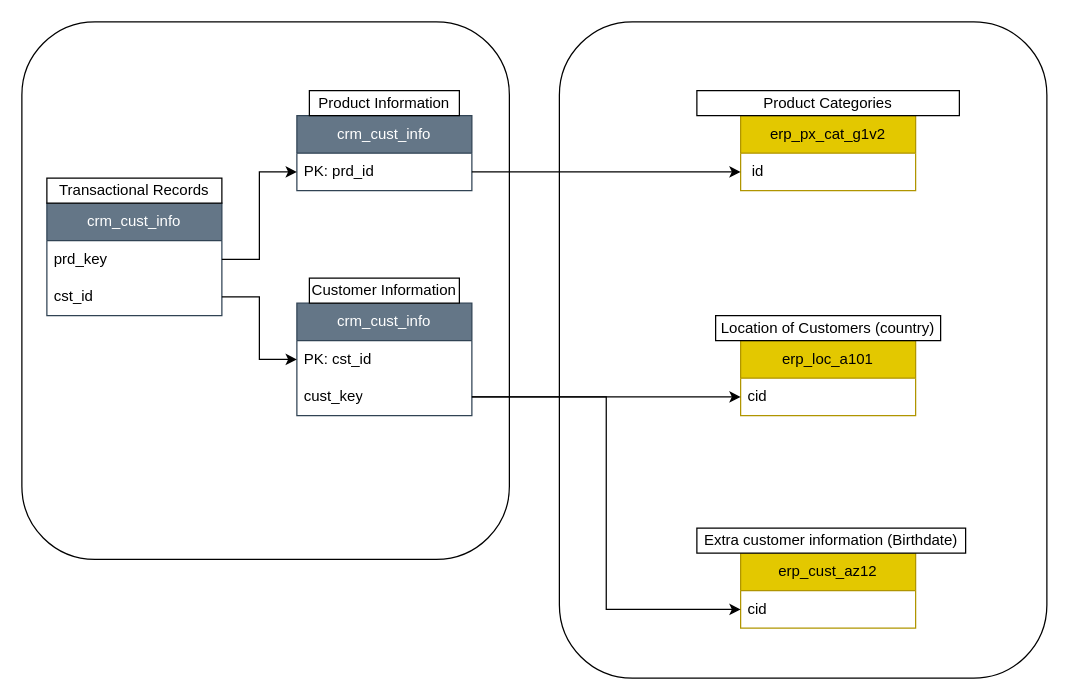
Above: integration_model.drawio in Dynamic747/draw_io (draw.io), before the change. Source tidied: cells renumbered, new cells numbered last; positions are measured from the earlier drawing's top-left corner, leaving out a move shared by most shapes. Both pictures are drawn from the tidied source at 125%, with x=0, y=0 at pixel (21, 21).
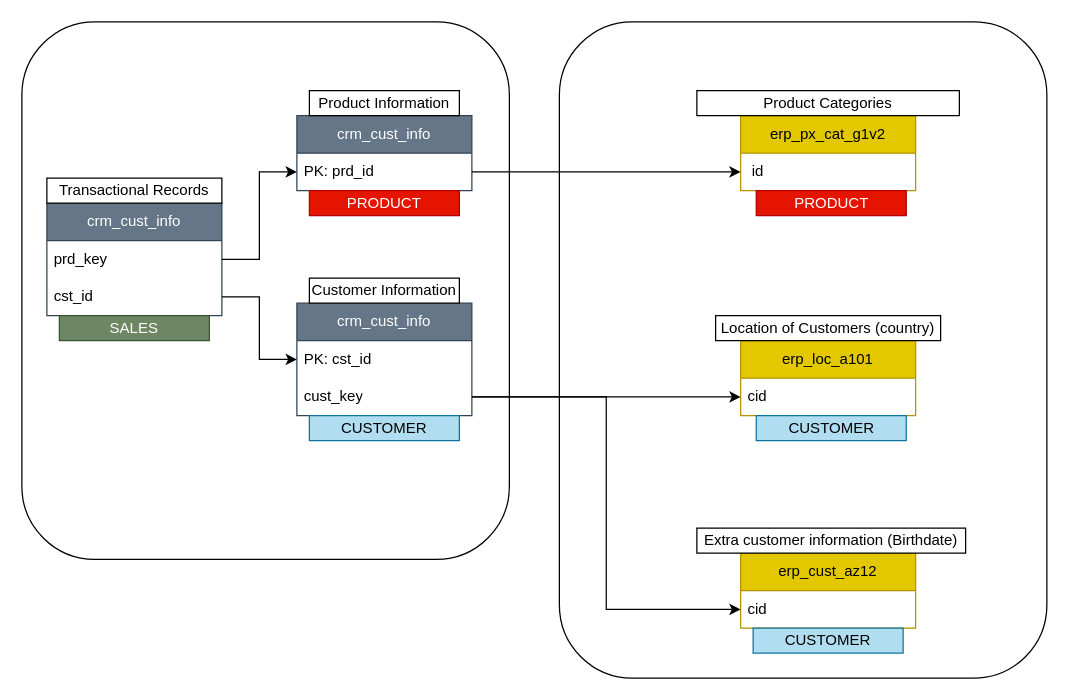
The same page after the edit.

Change to the diagram source:
```diff
@@
+    <mxCell id="29" value="PRODUCT" style="rounded=0;whiteSpace=wrap;html=1;fillColor=#e51400;fontColor=#ffffff;strokeColor=#B20000;" parent="1" vertex="1">
+      <mxGeometry x="230" y="135" width="120" height="20" as="geometry" />
+    </mxCell>
+    <mxCell id="30" value="PRODUCT" style="rounded=0;whiteSpace=wrap;html=1;fillColor=#e51400;fontColor=#ffffff;strokeColor=#B20000;" parent="1" vertex="1">
+      <mxGeometry x="587.5" y="135" width="120" height="20" as="geometry" />
+    </mxCell>
+    <mxCell id="31" value="CUSTOMER" style="rounded=0;whiteSpace=wrap;html=1;fillColor=#b1ddf0;strokeColor=#10739e;" parent="1" vertex="1">
+      <mxGeometry x="230" y="315" width="120" height="20" as="geometry" />
+    </mxCell>
+    <mxCell id="32" value="CUSTOMER" style="rounded=0;whiteSpace=wrap;html=1;fillColor=#b1ddf0;strokeColor=#10739e;" parent="1" vertex="1">
+      <mxGeometry x="587.5" y="315" width="120" height="20" as="geometry" />
+    </mxCell>
+    <mxCell id="33" value="CUSTOMER" style="rounded=0;whiteSpace=wrap;html=1;fillColor=#b1ddf0;strokeColor=#10739e;" parent="1" vertex="1">
+      <mxGeometry x="585" y="485" width="120" height="20" as="geometry" />
+    </mxCell>
+    <mxCell id="34" value="SALES" style="rounded=0;whiteSpace=wrap;html=1;fillColor=#6d8764;strokeColor=#3A5431;fontColor=#ffffff;" parent="1" vertex="1">
+      <mxGeometry x="30" y="235" width="120" height="20" as="geometry" />
+    </mxCell>
```
